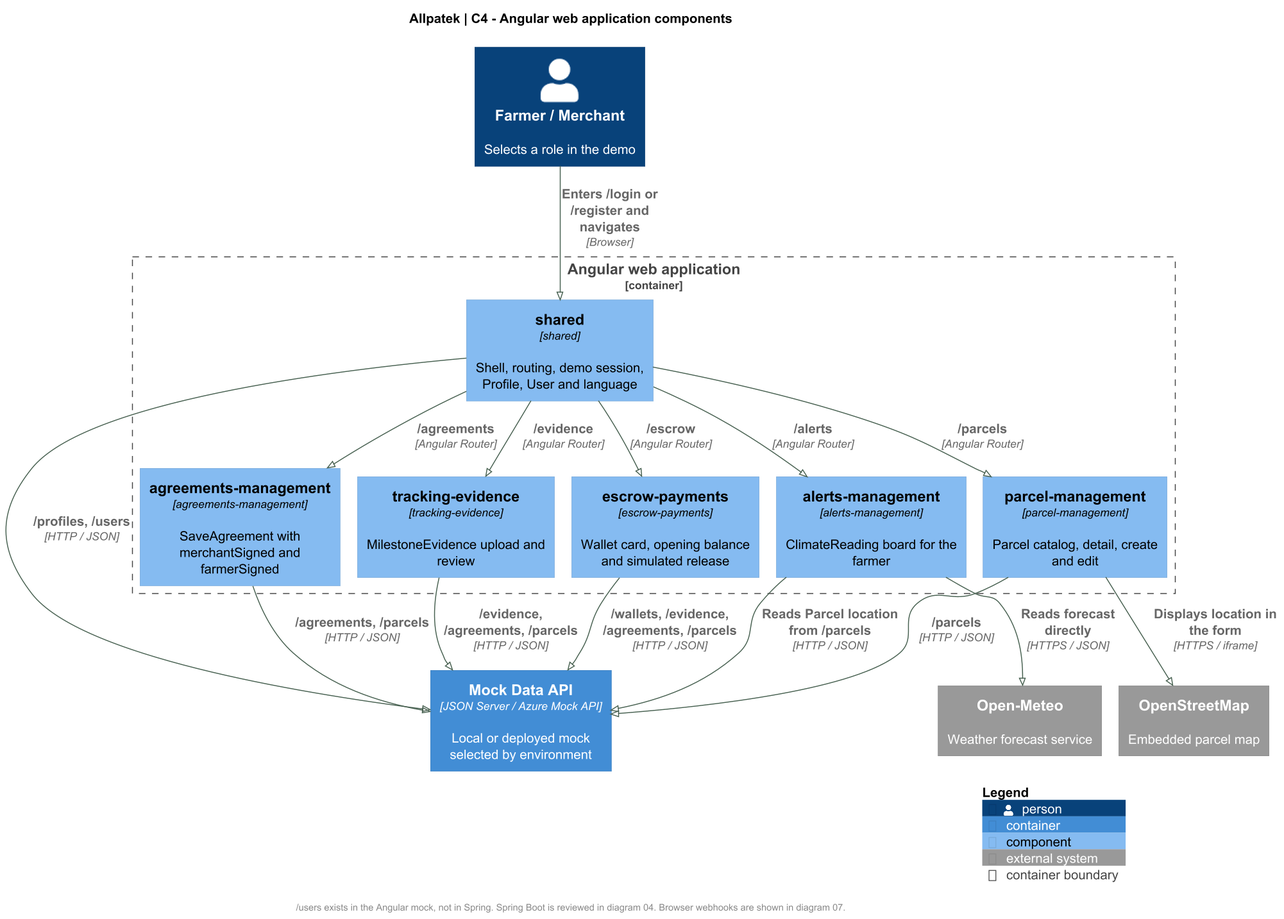
The PlantUML diagram assets/chapter-04/architecture/05-web-components.png in upc-pre-202620-1asi0729-7753-Terranova/allpatek-report, before a commit. Its diagram source:
```plantuml
@startuml
!pragma layout smetana
!include <C4/C4_Component>
skinparam backgroundColor white
skinparam defaultFontName SansSerif
skinparam defaultFontSize 14
skinparam shadowing false
skinparam ArrowColor #476050
skinparam dpi 140
title Allpatek | C4 - Angular web application components

LAYOUT_TOP_DOWN()
Person(user, "Farmer / Merchant", "Selects a role in the demo")

Container_Boundary(web, "Angular web application") {
  Component(shared, "shared", "shared", "Shell, routing, demo session, Profile, User and language")
  Component(parcels, "parcel-management", "parcel-management", "Parcel catalog, detail, create and edit")
  Component(agreements, "agreements-management", "agreements-management", "SaveAgreement with merchantSigned and farmerSigned")
  Component(evidence, "tracking-evidence", "tracking-evidence", "MilestoneEvidence upload and review")
  Component(escrow, "escrow-payments", "escrow-payments", "Wallet card, opening balance and simulated release")
  Component(alerts, "alerts-management", "alerts-management", "ClimateReading board for the farmer")
}

Container(mock, "Mock Data API", "JSON Server / Azure Mock API", "Local or deployed mock selected by environment")
System_Ext(weather, "Open-Meteo", "Weather forecast service")
System_Ext(maps, "OpenStreetMap", "Embedded parcel map")

Rel(user, shared, "Enters /login or /register and navigates", "Browser")
Rel(shared, parcels, "/parcels", "Angular Router")
Rel(shared, agreements, "/agreements", "Angular Router")
Rel(shared, evidence, "/evidence", "Angular Router")
Rel(shared, escrow, "/escrow", "Angular Router")
Rel(shared, alerts, "/alerts", "Angular Router")
Rel(shared, mock, "/profiles, /users", "HTTP / JSON")
Rel(parcels, mock, "/parcels", "HTTP / JSON")
Rel(parcels, maps, "Displays location in the form", "HTTPS / iframe")
Rel(agreements, mock, "/agreements, /parcels", "HTTP / JSON")
Rel(evidence, mock, "/evidence, /agreements, /parcels", "HTTP / JSON")
Rel(escrow, mock, "/wallets, /evidence, /agreements, /parcels", "HTTP / JSON")
Rel(alerts, mock, "Reads Parcel location from /parcels", "HTTP / JSON")
Rel(alerts, weather, "Reads forecast directly", "HTTPS / JSON")

footer /users exists in the Angular mock, not in Spring. Spring Boot is reviewed in diagram 04. Browser webhooks are shown in diagram 07.
SHOW_LEGEND()
@enduml
```
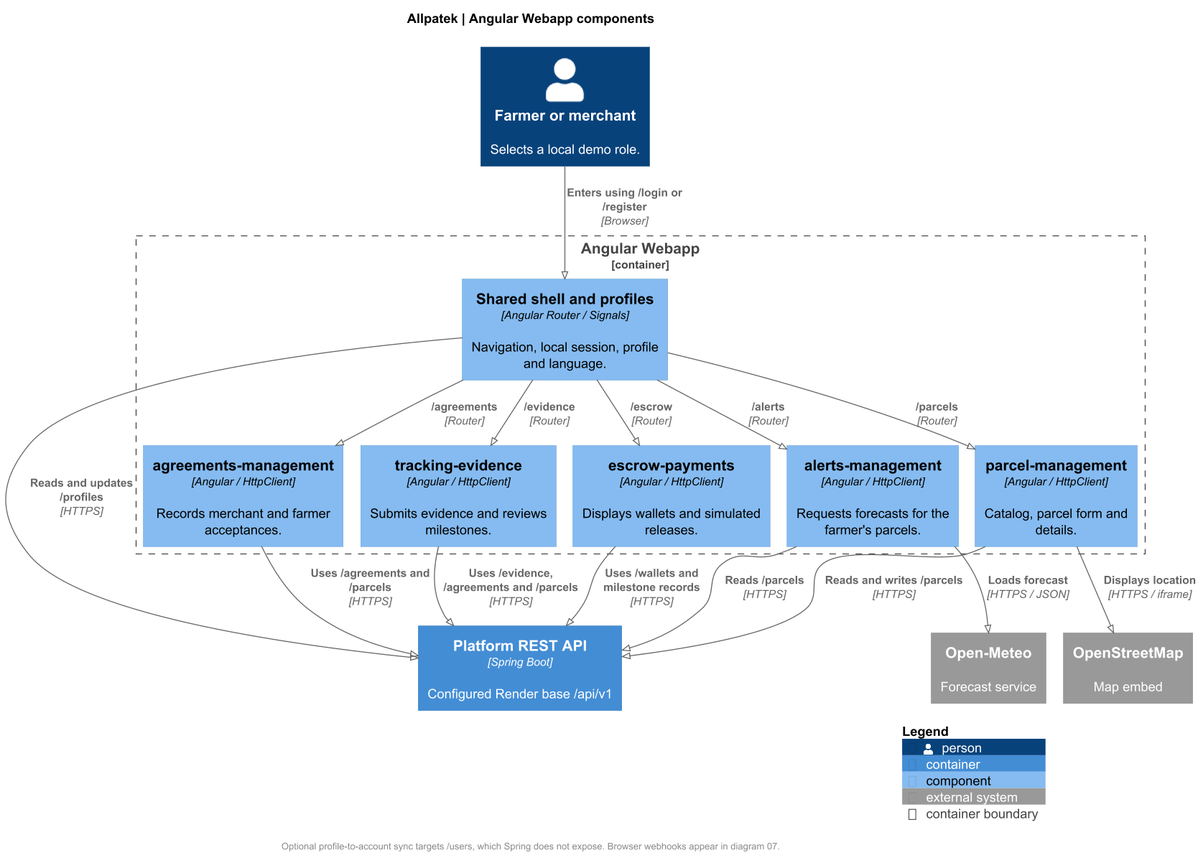
Above is the later version.

Commit message:
docs(c4): align Angular components with their data sources

Diff of the diagram source:
```diff
@@ -3,43 +3,38 @@
 !include <C4/C4_Component>
 skinparam backgroundColor white
 skinparam defaultFontName SansSerif
-skinparam defaultFontSize 14
 skinparam shadowing false
-skinparam ArrowColor #476050
-skinparam dpi 140
-title Allpatek | C4 - Angular web application components
+skinparam dpi 125
+title Allpatek | Angular Webapp components
+LAYOUT_TOP_DOWN()
 
-LAYOUT_TOP_DOWN()
-Person(user, "Farmer / Merchant", "Selects a role in the demo")
+Person(user, "Farmer or merchant", "Selects a local demo role.")
+Container_Boundary(web, "Angular Webapp") {
+  Component(shared, "Shared shell and profiles", "Angular Router / Signals", "Navigation, local session, profile and language.")
+  Component(parcels, "parcel-management", "Angular / HttpClient", "Catalog, parcel form and details.")
+  Component(agreements, "agreements-management", "Angular / HttpClient", "Records merchant and farmer acceptances.")
+  Component(evidence, "tracking-evidence", "Angular / HttpClient", "Submits evidence and reviews milestones.")
+  Component(escrow, "escrow-payments", "Angular / HttpClient", "Displays wallets and simulated releases.")
+  Component(alerts, "alerts-management", "Angular / HttpClient", "Requests forecasts for the farmer's parcels.")
+}
+Container(api, "Platform REST API", "Spring Boot", "Configured Render base /api/v1")
+System_Ext(weather, "Open-Meteo", "Forecast service")
+System_Ext(maps, "OpenStreetMap", "Map embed")
 
-Container_Boundary(web, "Angular web application") {
-  Component(shared, "shared", "shared", "Shell, routing, demo session, Profile, User and language")
-  Component(parcels, "parcel-management", "parcel-management", "Parcel catalog, detail, create and edit")
-  Component(agreements, "agreements-management", "agreements-management", "SaveAgreement with merchantSigned and farmerSigned")
-  Component(evidence, "tracking-evidence", "tracking-evidence", "MilestoneEvidence upload and review")
-  Component(escrow, "escrow-payments", "escrow-payments", "Wallet card, opening balance and simulated release")
-  Component(alerts, "alerts-management", "alerts-management", "ClimateReading board for the farmer")
-}
-
-Container(mock, "Mock Data API", "JSON Server / Azure Mock API", "Local or deployed mock selected by environment")
-System_Ext(weather, "Open-Meteo", "Weather forecast service")
-System_Ext(maps, "OpenStreetMap", "Embedded parcel map")
-
-Rel(user, shared, "Enters /login or /register and navigates", "Browser")
-Rel(shared, parcels, "/parcels", "Angular Router")
-Rel(shared, agreements, "/agreements", "Angular Router")
-Rel(shared, evidence, "/evidence", "Angular Router")
-Rel(shared, escrow, "/escrow", "Angular Router")
-Rel(shared, alerts, "/alerts", "Angular Router")
-Rel(shared, mock, "/profiles, /users", "HTTP / JSON")
-Rel(parcels, mock, "/parcels", "HTTP / JSON")
-Rel(parcels, maps, "Displays location in the form", "HTTPS / iframe")
-Rel(agreements, mock, "/agreements, /parcels", "HTTP / JSON")
-Rel(evidence, mock, "/evidence, /agreements, /parcels", "HTTP / JSON")
-Rel(escrow, mock, "/wallets, /evidence, /agreements, /parcels", "HTTP / JSON")
-Rel(alerts, mock, "Reads Parcel location from /parcels", "HTTP / JSON")
-Rel(alerts, weather, "Reads forecast directly", "HTTPS / JSON")
-
-footer /users exists in the Angular mock, not in Spring. Spring Boot is reviewed in diagram 04. Browser webhooks are shown in diagram 07.
+Rel(user, shared, "Enters using /login or /register", "Browser")
+Rel(shared, parcels, "/parcels", "Router")
+Rel(shared, agreements, "/agreements", "Router")
+Rel(shared, evidence, "/evidence", "Router")
+Rel(shared, escrow, "/escrow", "Router")
+Rel(shared, alerts, "/alerts", "Router")
+Rel(shared, api, "Reads and updates /profiles", "HTTPS")
+Rel(parcels, api, "Reads and writes /parcels", "HTTPS")
+Rel(agreements, api, "Uses /agreements and /parcels", "HTTPS")
+Rel(evidence, api, "Uses /evidence, /agreements and /parcels", "HTTPS")
+Rel(escrow, api, "Uses /wallets and milestone records", "HTTPS")
+Rel(alerts, api, "Reads /parcels", "HTTPS")
+Rel(alerts, weather, "Loads forecast", "HTTPS / JSON")
+Rel(parcels, maps, "Displays location", "HTTPS / iframe")
+footer Optional profile-to-account sync targets /users, which Spring does not expose. Browser webhooks appear in diagram 07.
 SHOW_LEGEND()
 @enduml
```
